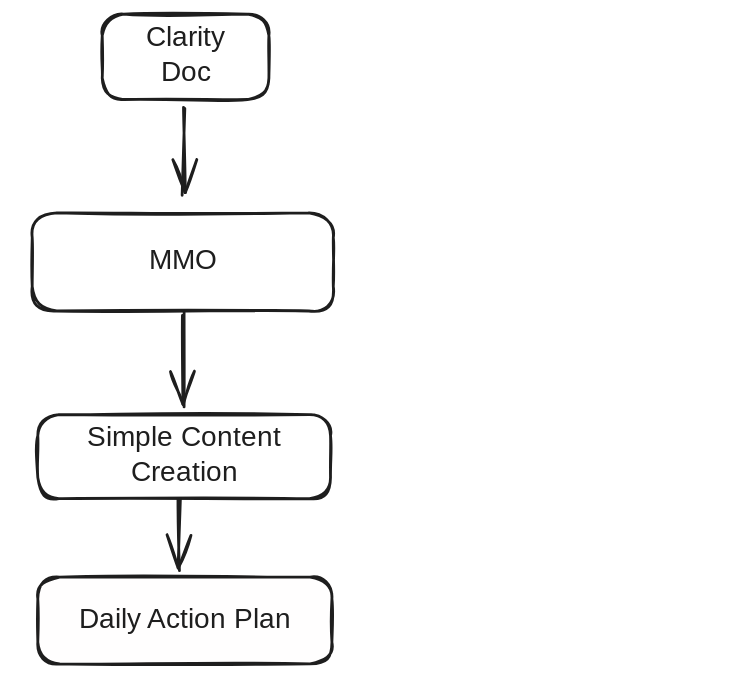
Before: My Info Products.excalidraw.svg, a diagram exported from Excalidraw (mshafat/OpenSourceMarketing). Source tidied: one line per element, renumbered; positions are measured from the earlier drawing's top-left corner, leaving out a move shared by most shapes. Its diagram source:
```json
{"id": 0, "type": "rectangle", "strokeColor": "#1e1e1e", "strokeWidth": 2, "roughness": 1, "round": true, "x": 50, "y": 0, "width": 119, "height": 61}
{"id": 1, "type": "text", "text": "Clarity\nDoc", "strokeColor": "#1e1e1e", "strokeWidth": 2, "roughness": 1, "fontSize": 20, "fontFamily": 5, "textAlign": "center", "verticalAlign": "middle", "inside": 0, "x": 77, "y": 6, "width": 64, "height": 50}
{"id": 2, "type": "arrow", "strokeColor": "#1e1e1e", "strokeWidth": 2, "roughness": 1, "endArrowhead": "arrow", "round": true, "from": 0, "x": 108, "y": 67, "width": 0, "height": 62, "points": [[0, 0], [0, 62]]}
{"id": 3, "type": "rectangle", "strokeColor": "#1e1e1e", "strokeWidth": 2, "roughness": 1, "round": true, "x": 0, "y": 142, "width": 215, "height": 70}
{"id": 4, "type": "text", "text": "MMO", "strokeColor": "#1e1e1e", "strokeWidth": 2, "roughness": 1, "fontSize": 20, "fontFamily": 5, "textAlign": "center", "verticalAlign": "middle", "inside": 3, "x": 85, "y": 164, "width": 46, "height": 25}
{"id": 5, "type": "rectangle", "strokeColor": "#1e1e1e", "strokeWidth": 2, "roughness": 1, "round": true, "x": 4, "y": 286, "width": 209, "height": 60}
{"id": 6, "type": "text", "text": "Simple Content\nCreation", "strokeColor": "#1e1e1e", "strokeWidth": 2, "roughness": 1, "fontSize": 20, "fontFamily": 5, "textAlign": "center", "verticalAlign": "middle", "inside": 5, "x": 37, "y": 291, "width": 143, "height": 50}
{"id": 7, "type": "rectangle", "strokeColor": "#1e1e1e", "backgroundColor": "#fffefe", "fillStyle": "solid", "strokeWidth": 2, "roughness": 1, "round": true, "x": 4, "y": 402, "width": 210, "height": 62}
{"id": 8, "type": "text", "text": "Daily Action Plan", "strokeColor": "#1e1e1e", "backgroundColor": "#fffefe", "fillStyle": "solid", "strokeWidth": 2, "roughness": 1, "fontSize": 20, "fontFamily": 5, "textAlign": "center", "verticalAlign": "middle", "inside": 7, "x": 26, "y": 420, "width": 166, "height": 25}
{"id": 9, "type": "arrow", "strokeColor": "#1e1e1e", "backgroundColor": "#fffefe", "fillStyle": "solid", "strokeWidth": 2, "roughness": 1, "endArrowhead": "arrow", "round": true, "from": 3, "to": 5, "x": 108, "y": 214, "width": 0, "height": 66, "points": [[0, 0], [0, 66]]}
{"id": 10, "type": "arrow", "strokeColor": "#1e1e1e", "backgroundColor": "#fffefe", "fillStyle": "solid", "strokeWidth": 2, "roughness": 1, "endArrowhead": "arrow", "round": true, "from": 5, "to": 7, "x": 105, "y": 346, "width": 0, "height": 51, "points": [[0, 0], [0, 51]]}
```
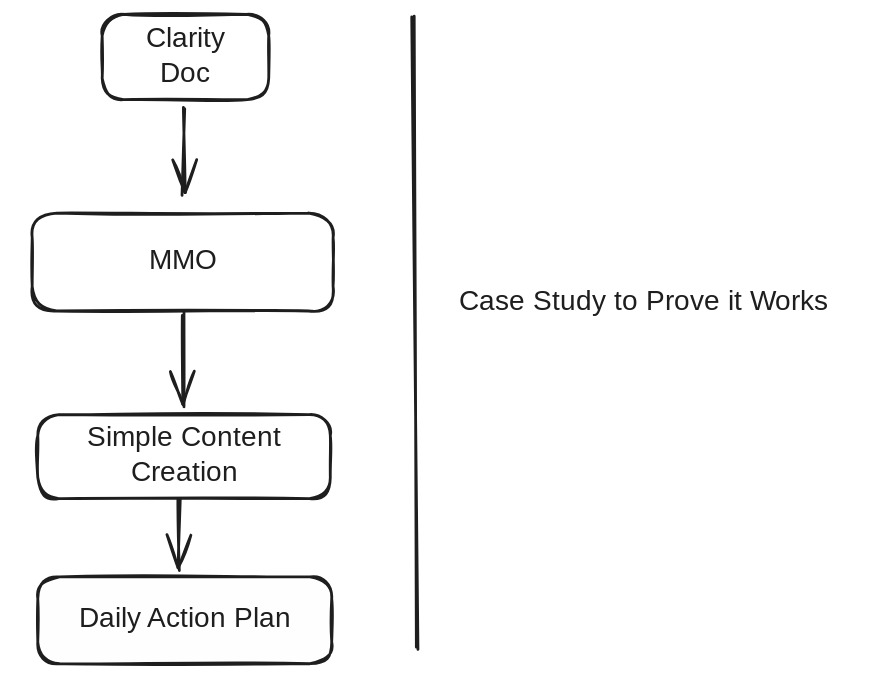
The same diagram one commit later.

The edit, as a diff of the source:
```diff
@@ -9,3 +9,5 @@
 {"id": 8, "type": "text", "text": "Daily Action Plan", "strokeColor": "#1e1e1e", "backgroundColor": "#fffefe", "fillStyle": "solid", "strokeWidth": 2, "roughness": 1, "fontSize": 20, "fontFamily": 5, "textAlign": "center", "verticalAlign": "middle", "inside": 7, "x": 26, "y": 420, "width": 166, "height": 25}
 {"id": 9, "type": "arrow", "strokeColor": "#1e1e1e", "backgroundColor": "#fffefe", "fillStyle": "solid", "strokeWidth": 2, "roughness": 1, "endArrowhead": "arrow", "round": true, "from": 3, "to": 5, "x": 108, "y": 214, "width": 0, "height": 66, "points": [[0, 0], [0, 66]]}
 {"id": 10, "type": "arrow", "strokeColor": "#1e1e1e", "backgroundColor": "#fffefe", "fillStyle": "solid", "strokeWidth": 2, "roughness": 1, "endArrowhead": "arrow", "round": true, "from": 5, "to": 7, "x": 105, "y": 346, "width": 0, "height": 51, "points": [[0, 0], [0, 51]]}
+{"id": 11, "type": "line", "strokeColor": "#1e1e1e", "backgroundColor": "#fffefe", "fillStyle": "solid", "strokeWidth": 2, "roughness": 1, "round": true, "x": 272, "y": 1, "width": 4, "height": 452, "points": [[0, 0], [4, 452]]}
+{"id": 12, "type": "text", "text": "Case Study to Prove it Works", "strokeColor": "#1e1e1e", "backgroundColor": "#fffefe", "fillStyle": "solid", "strokeWidth": 2, "roughness": 1, "fontSize": 20, "fontFamily": 5, "x": 305, "y": 194, "width": 294, "height": 25}
```
